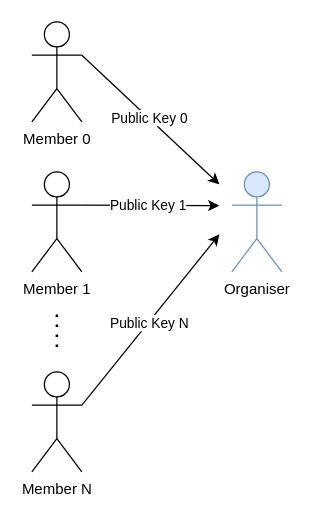
Earlier version of the draw.io diagram page "Page-3" (3 of 9) of docs/diag2.drawio (Dataram57/zkVoting). Source tidied: cells renumbered, new cells numbered last; positions are measured from the earlier drawing's top-left corner, leaving out a move shared by most shapes. Both pictures are drawn from the tidied source at 125%, with x=0, y=0 at pixel (31, 21).
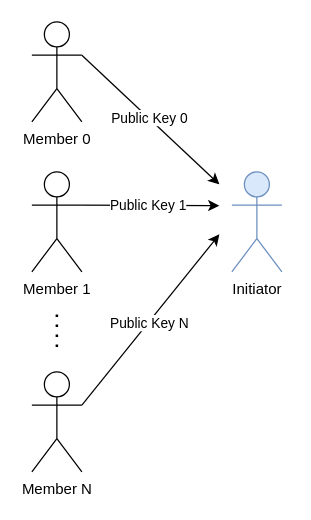
After the change.

Change to the diagram source:
```diff
@@
 <mxGraphModel>
   <root>
     <mxCell id="0" />
     <mxCell id="1" parent="0" />
     <mxCell id="2" value="Member 0" style="shape=umlActor;verticalLabelPosition=bottom;verticalAlign=top;html=1;outlineConnect=0;" parent="1" vertex="1">
       <mxGeometry width="40" height="80" as="geometry" />
     </mxCell>
     <mxCell id="3" value="Member 1" style="shape=umlActor;verticalLabelPosition=bottom;verticalAlign=top;html=1;outlineConnect=0;" parent="1" vertex="1">
       <mxGeometry y="120" width="40" height="80" as="geometry" />
     </mxCell>
     <mxCell id="4" value="Member N" style="shape=umlActor;verticalLabelPosition=bottom;verticalAlign=top;html=1;outlineConnect=0;" parent="1" vertex="1">
       <mxGeometry y="280" width="40" height="80" as="geometry" />
     </mxCell>
     <mxCell id="5" style="endArrow=none;dashed=1;html=1;dashPattern=1 3;strokeWidth=2;rounded=0;" parent="1" edge="1">
       <mxGeometry relative="1" as="geometry">
         <mxPoint x="20" y="260" as="sourcePoint" />
         <mxPoint x="20" y="230" as="targetPoint" />
       </mxGeometry>
     </mxCell>
-    <mxCell id="6" value="Organiser" style="shape=umlActor;verticalLabelPosition=bottom;verticalAlign=top;html=1;fillColor=#dae8fc;strokeColor=#6c8ebf;" parent="1" vertex="1">
+    <mxCell id="6" value="Initiator" style="shape=umlActor;verticalLabelPosition=bottom;verticalAlign=top;html=1;fillColor=#dae8fc;strokeColor=#6c8ebf;" parent="1" vertex="1">
       <mxGeometry x="160" y="120" width="40" height="80" as="geometry" />
     </mxCell>
     <mxCell id="7" style="endArrow=classic;html=1;rounded=0;exitX=1;exitY=0.3333333333333333;exitDx=0;exitDy=0;exitPerimeter=0;" parent="1" edge="1" source="2">
       <mxGeometry relative="1" as="geometry">
         <mxPoint x="150" y="130" as="targetPoint" />
       </mxGeometry>
     </mxCell>
     <mxCell id="8" value="Public Key 0" style="edgeLabel;html=1;align=center;verticalAlign=middle;" parent="7" vertex="1">
       <mxGeometry x="-0.03" relative="1" as="geometry" />
     </mxCell>
     <mxCell id="9" style="endArrow=classic;html=1;rounded=0;exitX=1;exitY=0.3333333333333333;exitDx=0;exitDy=0;exitPerimeter=0;" parent="1" edge="1" source="3">
       <mxGeometry relative="1" as="geometry">
         <mxPoint x="150" y="147" as="targetPoint" />
       </mxGeometry>
     </mxCell>
     <mxCell id="10" value="Public Key 1" style="edgeLabel;html=1;align=center;verticalAlign=middle;" parent="9" vertex="1">
       <mxGeometry x="-0.03" relative="1" as="geometry" />
     </mxCell>
     <mxCell id="11" style="endArrow=classic;html=1;rounded=0;exitX=1;exitY=0.3333333333333333;exitDx=0;exitDy=0;exitPerimeter=0;" parent="1" edge="1" source="4">
       <mxGeometry relative="1" as="geometry">
         <mxPoint x="150" y="170" as="targetPoint" />
       </mxGeometry>
     </mxCell>
     <mxCell id="12" value="Public Key N" style="edgeLabel;html=1;align=center;verticalAlign=middle;" parent="11" vertex="1">
       <mxGeometry x="-0.03" relative="1" as="geometry" />
     </mxCell>
   </root>
 </mxGraphModel>
```
